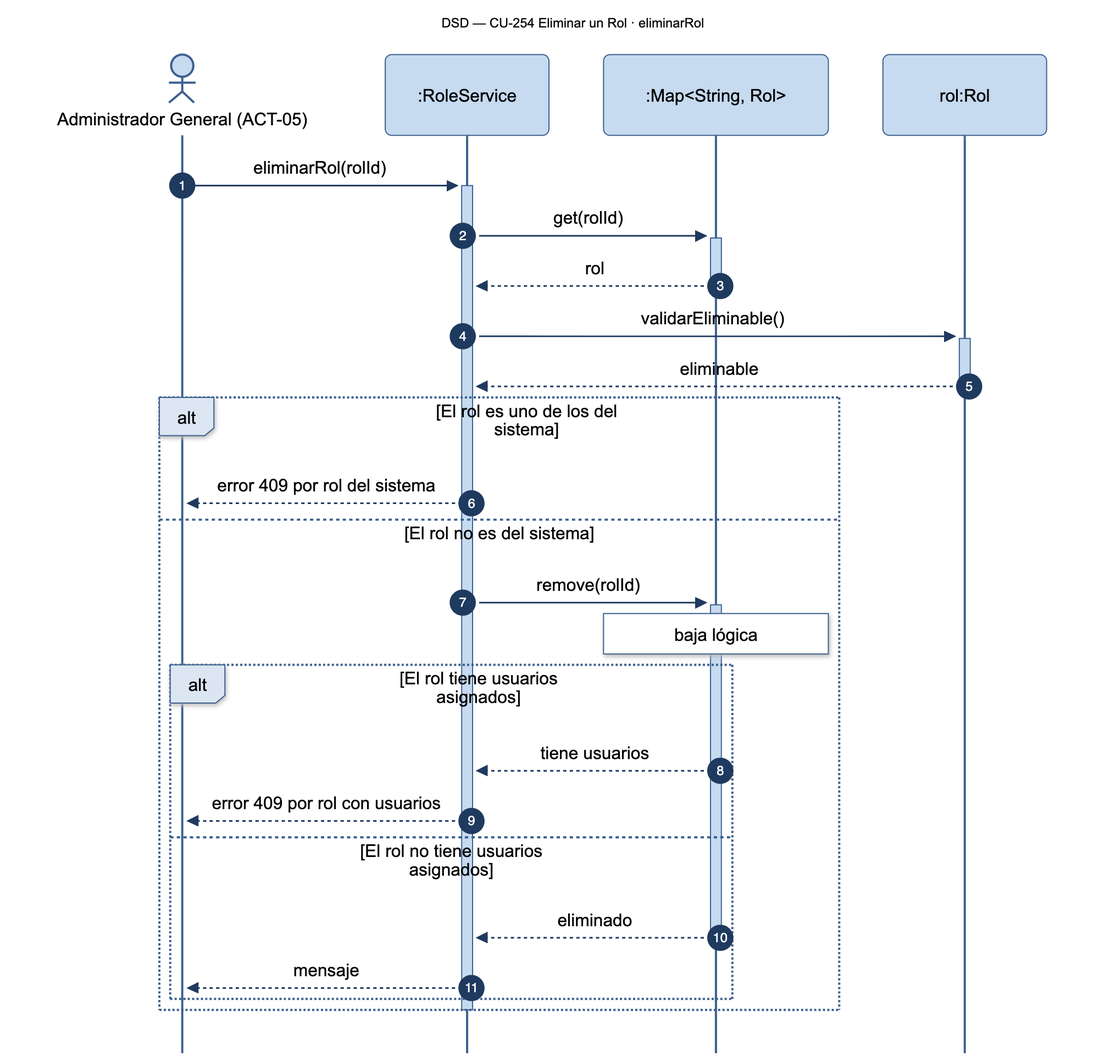
The Mermaid diagram diagramas/png/DSD_CU-254_eliminarRol.png in Nahuelito-Dev/splg-docs, before a commit. Its source is kept beside it as diagramas/DSD_CU-254_eliminarRol.mmd.
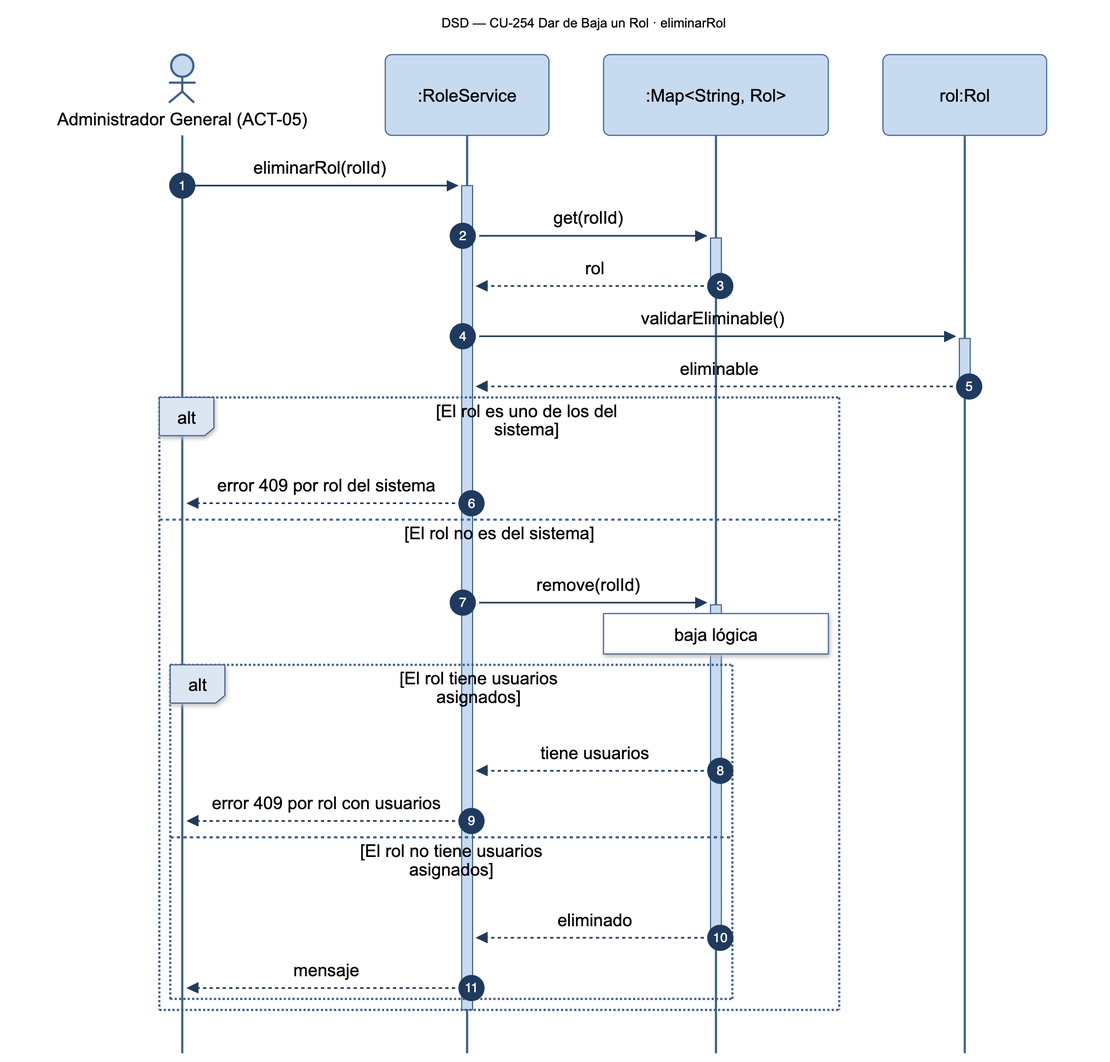
Later version of the same file.

Diff of the diagram source:
```diff
@@ -1,5 +1,5 @@
 sequenceDiagram
-    title DSD — CU-254 Eliminar un Rol · eliminarRol
+    title DSD — CU-254 Dar de Baja un Rol · eliminarRol
     autonumber
     actor AGN as Administrador General (ACT-05)
     participant SRV as :RoleService
```
